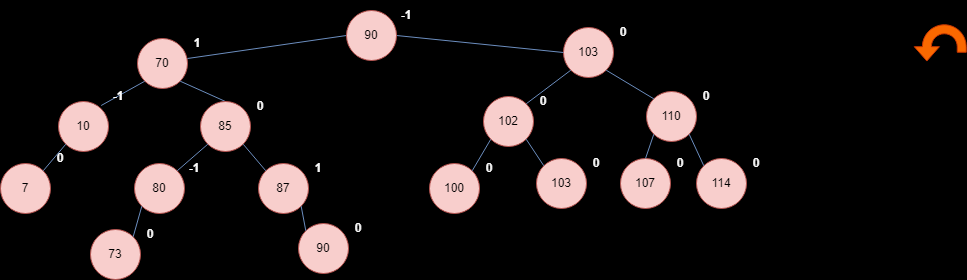
Before: arbolBin.png, a diagram exported from draw.io (AnaTuPatrona/pepito). Source tidied: cells renumbered, new cells last; positions are measured from the earlier drawing's top-left corner, leaving out a move shared by most shapes.
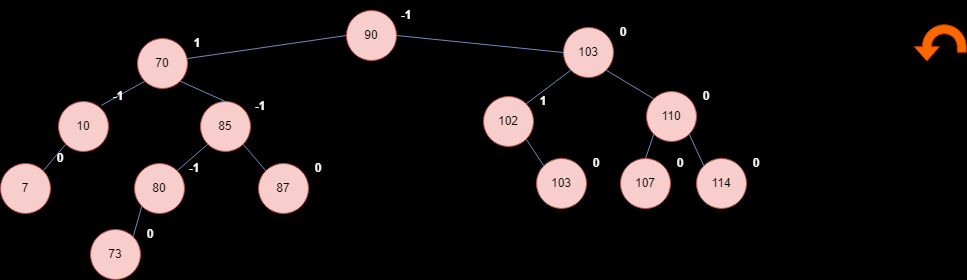
After the commit.

Diff of the diagram source:
```diff
@@ -86,15 +86,6 @@
     <mxCell id="29" style="endArrow=none;html=1;rounded=0;fontFamily=Helvetica;fontSize=12;fontColor=default;fillColor=#dae8fc;strokeColor=#6c8ebf;exitX=0.5;exitY=0;exitDx=0;exitDy=0;entryX=1;entryY=1;entryDx=0;entryDy=0;" parent="1" edge="1" source="35" target="10">
       <mxGeometry relative="1" as="geometry" />
     </mxCell>
-    <mxCell id="30" style="group;" parent="1" vertex="1">
-      <mxGeometry x="429" y="153" width="70" height="60" as="geometry" />
-    </mxCell>
-    <mxCell id="31" value="100" style="ellipse;whiteSpace=wrap;html=1;fillColor=#f8cecc;strokeColor=#b85450;" parent="30" vertex="1">
-      <mxGeometry y="10" width="50" height="50" as="geometry" />
-    </mxCell>
-    <mxCell id="32" value="0" style="text;html=1;align=center;verticalAlign=middle;whiteSpace=wrap;rounded=0;fontFamily=Helvetica;fontSize=12;glass=0;shadow=0;dashed=1;dashPattern=8 8;fontStyle=1;fontColor=#FAFAFA;" parent="30" vertex="1">
-      <mxGeometry x="50" width="20" height="30" as="geometry" />
-    </mxCell>
     <mxCell id="33" style="endArrow=none;html=1;rounded=0;fontFamily=Helvetica;fontSize=12;fontColor=default;fillColor=#dae8fc;strokeColor=#6c8ebf;exitX=0;exitY=1;exitDx=0;exitDy=0;entryX=1;entryY=0;entryDx=0;entryDy=0;" parent="1" edge="1" source="15" target="51">
       <mxGeometry relative="1" as="geometry" />
     </mxCell>
@@ -104,7 +95,7 @@
     <mxCell id="35" value="85" style="ellipse;whiteSpace=wrap;html=1;fillColor=#f8cecc;strokeColor=#b85450;" parent="34" vertex="1">
       <mxGeometry y="10" width="50" height="50" as="geometry" />
     </mxCell>
-    <mxCell id="36" value="0" style="text;html=1;align=center;verticalAlign=middle;whiteSpace=wrap;rounded=0;fontFamily=Helvetica;fontSize=12;glass=0;shadow=0;dashed=1;dashPattern=8 8;fontStyle=1;fontColor=#FAFAFA;" parent="34" vertex="1">
+    <mxCell id="36" value="-1" style="text;html=1;align=center;verticalAlign=middle;whiteSpace=wrap;rounded=0;fontFamily=Helvetica;fontSize=12;glass=0;shadow=0;dashed=1;dashPattern=8 8;fontStyle=1;fontColor=#FAFAFA;" parent="34" vertex="1">
       <mxGeometry x="50" width="20" height="30" as="geometry" />
     </mxCell>
     <mxCell id="37" style="endArrow=none;html=1;rounded=0;fontFamily=Helvetica;fontSize=12;fontColor=default;exitX=1;exitY=0;exitDx=0;exitDy=0;fillColor=#dae8fc;strokeColor=#6c8ebf;entryX=0;entryY=1;entryDx=0;entryDy=0;" parent="1" edge="1" source="4" target="35">
@@ -116,7 +107,7 @@
     <mxCell id="39" value="87" style="ellipse;whiteSpace=wrap;html=1;fillColor=#f8cecc;strokeColor=#b85450;" parent="38" vertex="1">
       <mxGeometry y="10" width="50" height="50" as="geometry" />
     </mxCell>
-    <mxCell id="40" value="1" style="text;html=1;align=center;verticalAlign=middle;whiteSpace=wrap;rounded=0;fontFamily=Helvetica;fontSize=12;glass=0;shadow=0;dashed=1;dashPattern=8 8;fontStyle=1;fontColor=#FAFAFA;" parent="38" vertex="1">
+    <mxCell id="40" value="0" style="text;html=1;align=center;verticalAlign=middle;whiteSpace=wrap;rounded=0;fontFamily=Helvetica;fontSize=12;glass=0;shadow=0;dashed=1;dashPattern=8 8;fontStyle=1;fontColor=#FAFAFA;" parent="38" vertex="1">
       <mxGeometry x="50" width="20" height="30" as="geometry" />
     </mxCell>
     <mxCell id="41" style="endArrow=none;html=1;rounded=0;fontFamily=Helvetica;fontSize=12;fontColor=default;exitX=1;exitY=1;exitDx=0;exitDy=0;fillColor=#dae8fc;strokeColor=#6c8ebf;entryX=0;entryY=0;entryDx=0;entryDy=0;" parent="1" edge="1" source="35" target="39">
@@ -131,28 +122,13 @@
     <mxCell id="44" value="0" style="text;html=1;align=center;verticalAlign=middle;whiteSpace=wrap;rounded=0;fontFamily=Helvetica;fontSize=12;glass=0;shadow=0;dashed=1;dashPattern=8 8;fontStyle=1;fontColor=#FAFAFA;" parent="42" vertex="1">
       <mxGeometry x="50" width="20" height="30" as="geometry" />
     </mxCell>
-    <mxCell id="45" style="endArrow=none;html=1;rounded=0;fontFamily=Helvetica;fontSize=12;fontColor=default;fillColor=#dae8fc;strokeColor=#6c8ebf;exitX=1;exitY=0;exitDx=0;exitDy=0;entryX=0;entryY=1;entryDx=0;entryDy=0;" parent="1" edge="1" source="31" target="51">
-      <mxGeometry relative="1" as="geometry" />
-    </mxCell>
-    <mxCell id="46" style="group;" parent="1" vertex="1">
-      <mxGeometry x="298" y="213" width="70" height="60" as="geometry" />
-    </mxCell>
-    <mxCell id="47" value="90" style="ellipse;whiteSpace=wrap;html=1;fillColor=#f8cecc;strokeColor=#b85450;" parent="46" vertex="1">
-      <mxGeometry y="10" width="50" height="50" as="geometry" />
-    </mxCell>
-    <mxCell id="48" value="0" style="text;html=1;align=center;verticalAlign=middle;whiteSpace=wrap;rounded=0;fontFamily=Helvetica;fontSize=12;glass=0;shadow=0;dashed=1;dashPattern=8 8;fontStyle=1;fontColor=#FAFAFA;" parent="46" vertex="1">
-      <mxGeometry x="50" width="20" height="30" as="geometry" />
-    </mxCell>
-    <mxCell id="49" style="endArrow=none;html=1;rounded=0;fontFamily=Helvetica;fontSize=12;fontColor=default;exitX=1;exitY=1;exitDx=0;exitDy=0;fillColor=#dae8fc;strokeColor=#6c8ebf;entryX=0;entryY=0;entryDx=0;entryDy=0;" parent="1" edge="1" source="39" target="47">
-      <mxGeometry relative="1" as="geometry" />
-    </mxCell>
     <mxCell id="50" style="group;" parent="1" vertex="1">
       <mxGeometry x="483" y="86" width="70" height="60" as="geometry" />
     </mxCell>
     <mxCell id="51" value="102" style="ellipse;whiteSpace=wrap;html=1;fillColor=#f8cecc;strokeColor=#b85450;" parent="50" vertex="1">
       <mxGeometry y="10" width="50" height="50" as="geometry" />
     </mxCell>
-    <mxCell id="52" value="0" style="text;html=1;align=center;verticalAlign=middle;whiteSpace=wrap;rounded=0;fontFamily=Helvetica;fontSize=12;glass=0;shadow=0;dashed=1;dashPattern=8 8;fontStyle=1;fontColor=#FAFAFA;" parent="50" vertex="1">
+    <mxCell id="52" value="1" style="text;html=1;align=center;verticalAlign=middle;whiteSpace=wrap;rounded=0;fontFamily=Helvetica;fontSize=12;glass=0;shadow=0;dashed=1;dashPattern=8 8;fontStyle=1;fontColor=#FAFAFA;" parent="50" vertex="1">
       <mxGeometry x="50" width="20" height="30" as="geometry" />
     </mxCell>
     <mxCell id="53" style="endArrow=none;html=1;rounded=0;fontFamily=Helvetica;fontSize=12;fontColor=default;exitX=0;exitY=0;exitDx=0;exitDy=0;fillColor=#dae8fc;strokeColor=#6c8ebf;entryX=1;entryY=1;entryDx=0;entryDy=0;" parent="1" edge="1" source="43" target="51">
```
